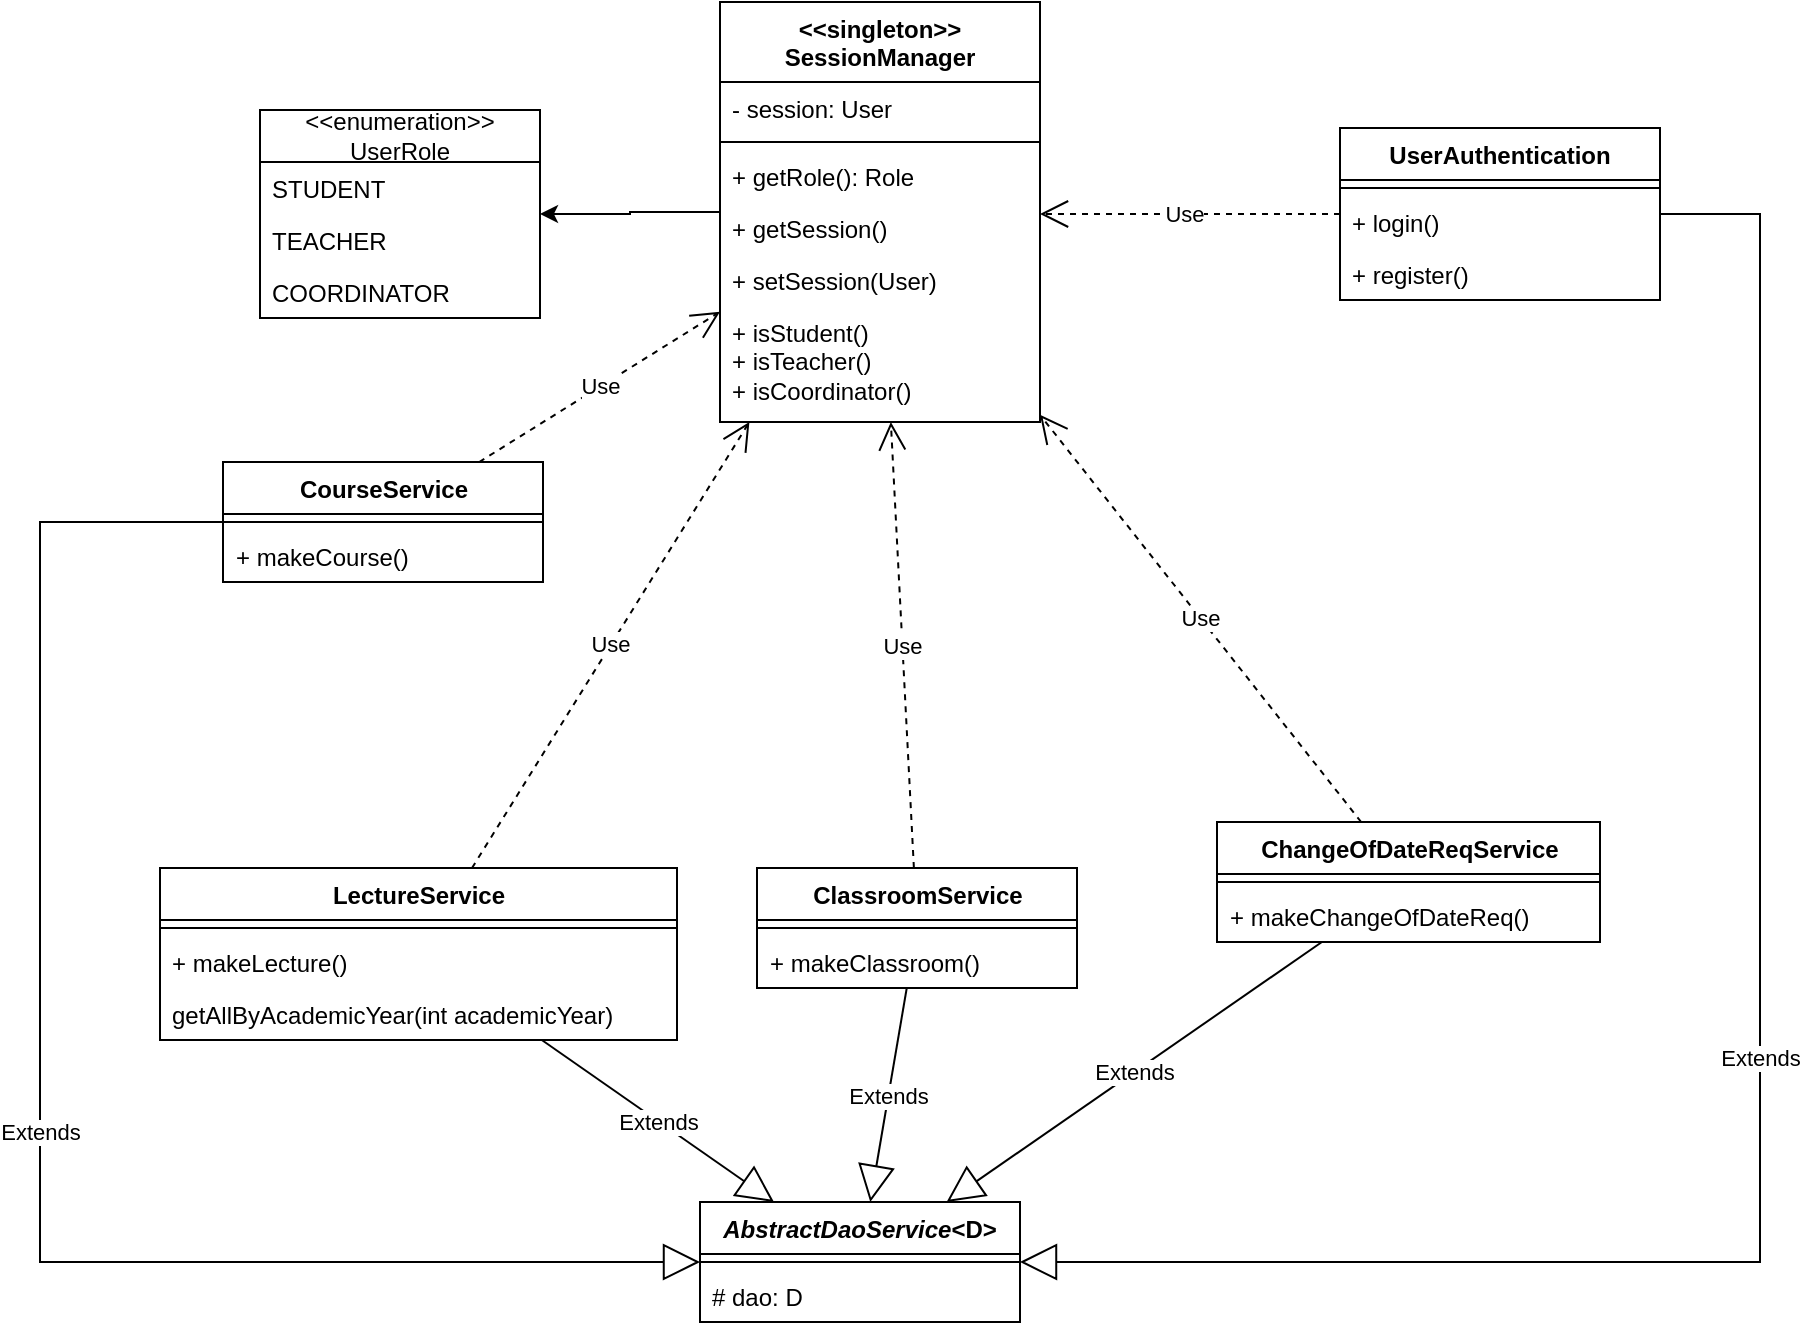
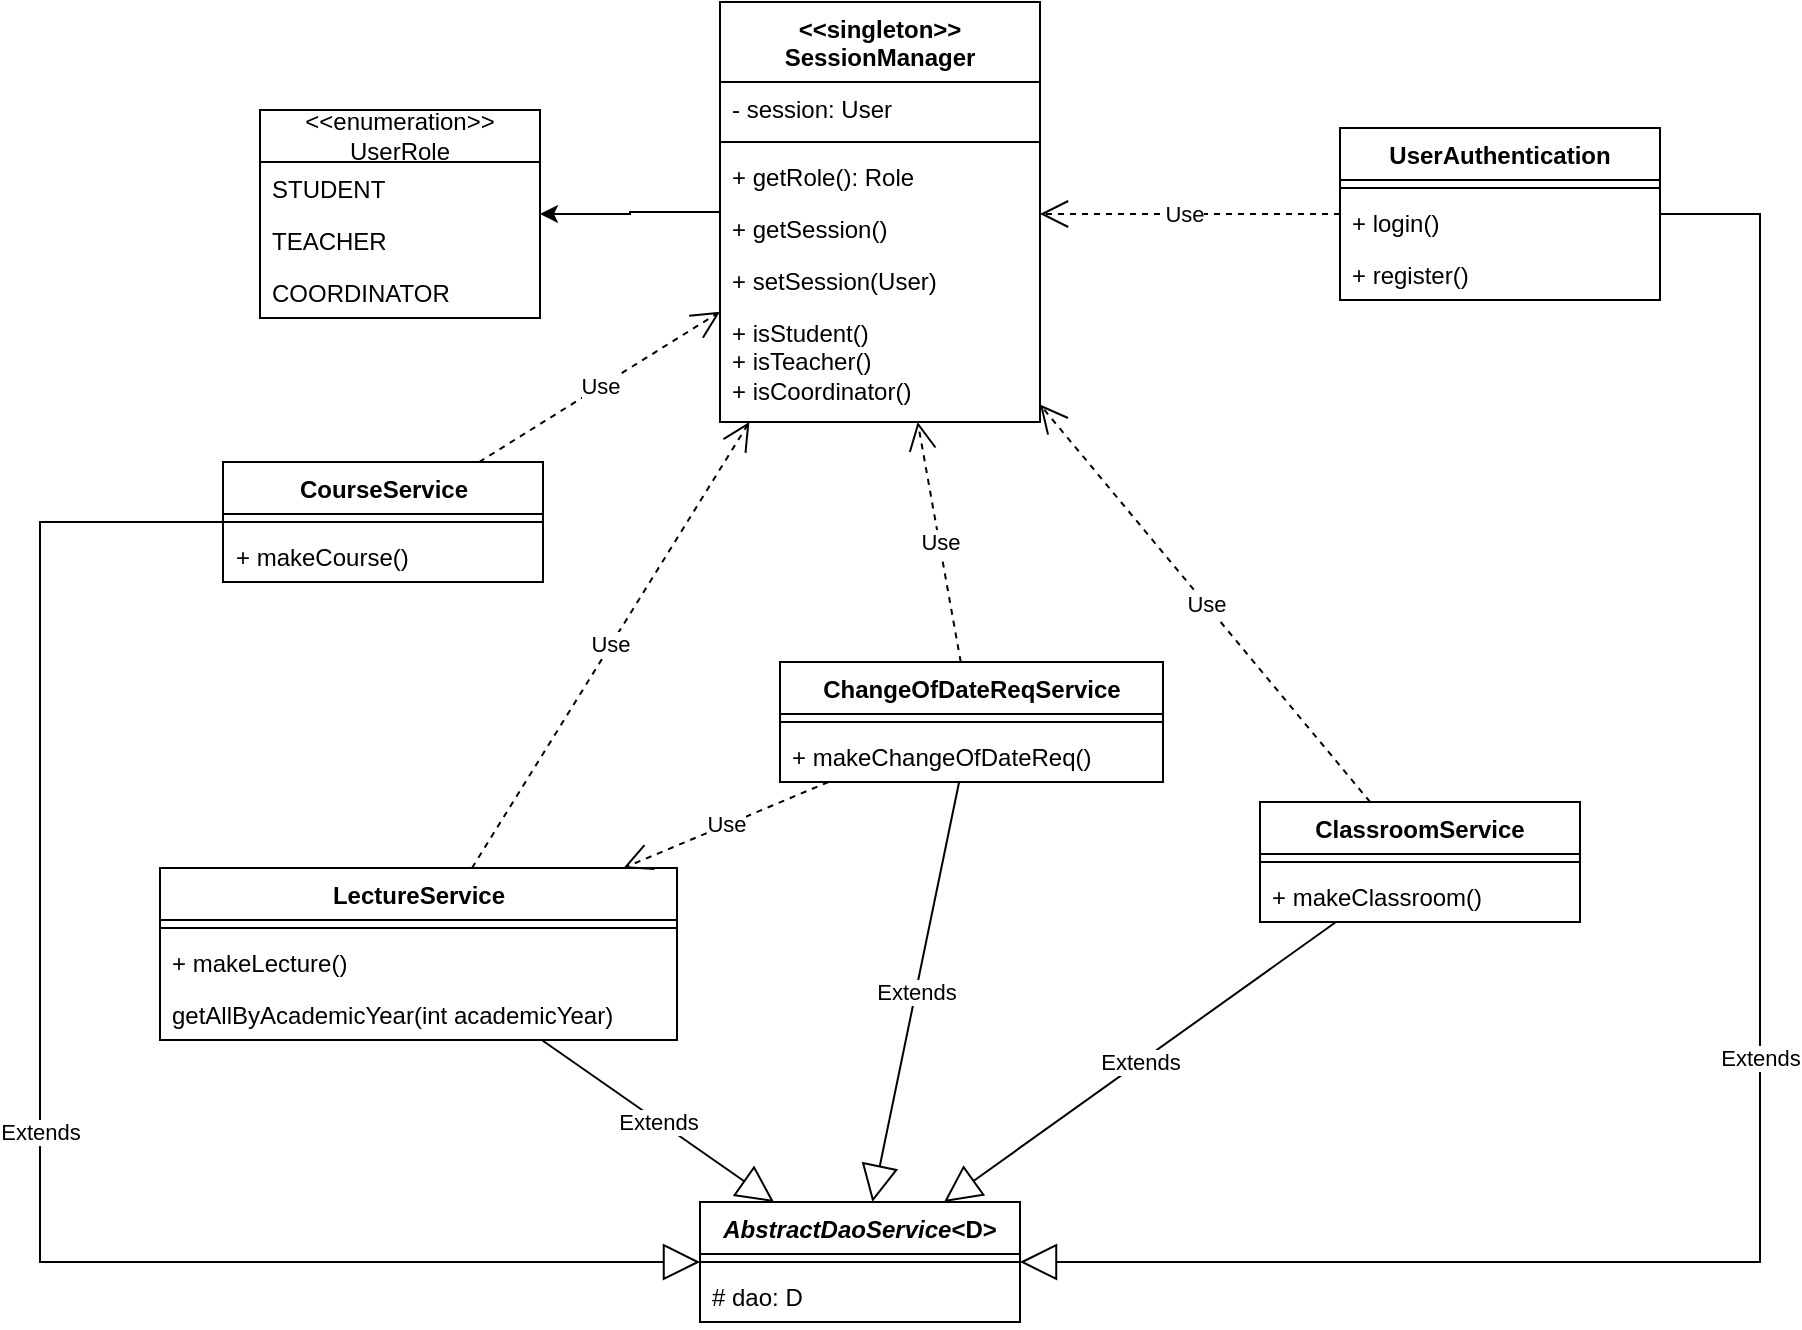
<mxfile host="app.diagrams.net" agent="5.0 (Macintosh; Intel Mac OS X 10_15_7) AppleWebKit/537.36 (KHTML, like Gecko) Chrome/109.0.0.0 Safari/537.36">
  <diagram name="Page-1" id="2YBvvXClWsGukQMizWep">
-     <mxGraphModel dx="2321" dy="1924" grid="1" gridSize="10" guides="1" tooltips="1" connect="1" arrows="1" fold="1" page="1" pageScale="1" pageWidth="850" pageHeight="1100" math="0" shadow="0">
+     <mxGraphModel dx="2264" dy="1892" grid="1" gridSize="10" guides="1" tooltips="1" connect="1" arrows="1" fold="1" page="1" pageScale="1" pageWidth="850" pageHeight="1100" math="0" shadow="0">
      <root>
        <mxCell id="0" />
        <mxCell id="1" parent="0" />
        <mxCell id="c3OOQRYHgm3irvs4XgnJ-5" parent="1" style="swimlane;fontStyle=1;align=center;verticalAlign=top;childLayout=stackLayout;horizontal=1;startSize=26;horizontalStack=0;resizeParent=1;resizeParentMax=0;resizeLast=0;collapsible=1;marginBottom=0;whiteSpace=wrap;html=1;" value="ClassroomService" vertex="1">
-           <mxGeometry height="60" width="160" x="308.5" y="303" as="geometry" />
+           <mxGeometry height="60" width="160" x="560" y="270" as="geometry" />
        </mxCell>
        <mxCell id="c3OOQRYHgm3irvs4XgnJ-7" parent="c3OOQRYHgm3irvs4XgnJ-5" style="line;strokeWidth=1;fillColor=none;align=left;verticalAlign=middle;spacingTop=-1;spacingLeft=3;spacingRight=3;rotatable=0;labelPosition=right;points=[];portConstraint=eastwest;strokeColor=inherit;" value="" vertex="1">
          <mxGeometry height="8" width="160" y="26" as="geometry" />
        </mxCell>
        <mxCell id="c3OOQRYHgm3irvs4XgnJ-8" parent="c3OOQRYHgm3irvs4XgnJ-5" style="text;strokeColor=none;fillColor=none;align=left;verticalAlign=top;spacingLeft=4;spacingRight=4;overflow=hidden;rotatable=0;points=[[0,0.5],[1,0.5]];portConstraint=eastwest;whiteSpace=wrap;html=1;" value="+ makeClassroom()" vertex="1">
          <mxGeometry height="26" width="160" y="34" as="geometry" />
        </mxCell>
        <mxCell id="c3OOQRYHgm3irvs4XgnJ-13" parent="1" style="swimlane;fontStyle=1;align=center;verticalAlign=top;childLayout=stackLayout;horizontal=1;startSize=26;horizontalStack=0;resizeParent=1;resizeParentMax=0;resizeLast=0;collapsible=1;marginBottom=0;whiteSpace=wrap;html=1;" value="LectureService" vertex="1">
          <mxGeometry height="86" width="258.5" x="10" y="303" as="geometry" />
        </mxCell>
        <mxCell id="c3OOQRYHgm3irvs4XgnJ-15" parent="c3OOQRYHgm3irvs4XgnJ-13" style="line;strokeWidth=1;fillColor=none;align=left;verticalAlign=middle;spacingTop=-1;spacingLeft=3;spacingRight=3;rotatable=0;labelPosition=right;points=[];portConstraint=eastwest;strokeColor=inherit;" value="" vertex="1">
          <mxGeometry height="8" width="258.5" y="26" as="geometry" />
        </mxCell>
        <mxCell id="c3OOQRYHgm3irvs4XgnJ-16" parent="c3OOQRYHgm3irvs4XgnJ-13" style="text;strokeColor=none;fillColor=none;align=left;verticalAlign=top;spacingLeft=4;spacingRight=4;overflow=hidden;rotatable=0;points=[[0,0.5],[1,0.5]];portConstraint=eastwest;whiteSpace=wrap;html=1;" value="+ makeLecture()" vertex="1">
          <mxGeometry height="26" width="258.5" y="34" as="geometry" />
        </mxCell>
        <mxCell id="OPMdSsy4m8qeCp2Xcq0j-1" parent="c3OOQRYHgm3irvs4XgnJ-13" style="text;strokeColor=none;fillColor=none;align=left;verticalAlign=top;spacingLeft=4;spacingRight=4;overflow=hidden;rotatable=0;points=[[0,0.5],[1,0.5]];portConstraint=eastwest;whiteSpace=wrap;html=1;" value="getAllByAcademicYear(int academicYear)" vertex="1">
          <mxGeometry height="26" width="258.5" y="60" as="geometry" />
        </mxCell>
        <mxCell id="c3OOQRYHgm3irvs4XgnJ-17" parent="1" style="swimlane;fontStyle=1;align=center;verticalAlign=top;childLayout=stackLayout;horizontal=1;startSize=26;horizontalStack=0;resizeParent=1;resizeParentMax=0;resizeLast=0;collapsible=1;marginBottom=0;whiteSpace=wrap;html=1;" value="CourseService" vertex="1">
          <mxGeometry height="60" width="160" x="41.5" y="100" as="geometry" />
        </mxCell>
        <mxCell id="c3OOQRYHgm3irvs4XgnJ-19" parent="c3OOQRYHgm3irvs4XgnJ-17" style="line;strokeWidth=1;fillColor=none;align=left;verticalAlign=middle;spacingTop=-1;spacingLeft=3;spacingRight=3;rotatable=0;labelPosition=right;points=[];portConstraint=eastwest;strokeColor=inherit;" value="" vertex="1">
          <mxGeometry height="8" width="160" y="26" as="geometry" />
        </mxCell>
        <mxCell id="c3OOQRYHgm3irvs4XgnJ-20" parent="c3OOQRYHgm3irvs4XgnJ-17" style="text;strokeColor=none;fillColor=none;align=left;verticalAlign=top;spacingLeft=4;spacingRight=4;overflow=hidden;rotatable=0;points=[[0,0.5],[1,0.5]];portConstraint=eastwest;whiteSpace=wrap;html=1;" value="+ makeCourse()" vertex="1">
          <mxGeometry height="26" width="160" y="34" as="geometry" />
        </mxCell>
        <mxCell id="c3OOQRYHgm3irvs4XgnJ-31" parent="1" style="swimlane;fontStyle=1;align=center;verticalAlign=top;childLayout=stackLayout;horizontal=1;startSize=26;horizontalStack=0;resizeParent=1;resizeParentMax=0;resizeLast=0;collapsible=1;marginBottom=0;whiteSpace=wrap;html=1;" value="ChangeOfDateReqService" vertex="1">
-           <mxGeometry height="60" width="191.5" x="538.5" y="280" as="geometry" />
+           <mxGeometry height="60" width="191.5" x="320" y="200" as="geometry" />
        </mxCell>
        <mxCell id="c3OOQRYHgm3irvs4XgnJ-33" parent="c3OOQRYHgm3irvs4XgnJ-31" style="line;strokeWidth=1;fillColor=none;align=left;verticalAlign=middle;spacingTop=-1;spacingLeft=3;spacingRight=3;rotatable=0;labelPosition=right;points=[];portConstraint=eastwest;strokeColor=inherit;" value="" vertex="1">
          <mxGeometry height="8" width="191.5" y="26" as="geometry" />
        </mxCell>
        <mxCell id="c3OOQRYHgm3irvs4XgnJ-34" parent="c3OOQRYHgm3irvs4XgnJ-31" style="text;strokeColor=none;fillColor=none;align=left;verticalAlign=top;spacingLeft=4;spacingRight=4;overflow=hidden;rotatable=0;points=[[0,0.5],[1,0.5]];portConstraint=eastwest;whiteSpace=wrap;html=1;" value="+ makeChangeOfDateReq()" vertex="1">
          <mxGeometry height="26" width="191.5" y="34" as="geometry" />
        </mxCell>
        <mxCell id="c3OOQRYHgm3irvs4XgnJ-87" edge="1" parent="1" source="c3OOQRYHgm3irvs4XgnJ-60" style="edgeStyle=orthogonalEdgeStyle;rounded=0;orthogonalLoop=1;jettySize=auto;html=1;" target="c3OOQRYHgm3irvs4XgnJ-83">
          <mxGeometry relative="1" as="geometry" />
        </mxCell>
        <mxCell id="c3OOQRYHgm3irvs4XgnJ-60" parent="1" style="swimlane;fontStyle=1;align=center;verticalAlign=top;childLayout=stackLayout;horizontal=1;startSize=40;horizontalStack=0;resizeParent=1;resizeParentMax=0;resizeLast=0;collapsible=1;marginBottom=0;whiteSpace=wrap;html=1;" value="&lt;div&gt;&amp;lt;&amp;lt;singleton&amp;gt;&amp;gt;&lt;/div&gt;&lt;div&gt;SessionManager&lt;/div&gt;" vertex="1">
          <mxGeometry height="210" width="160" x="290" y="-130" as="geometry" />
        </mxCell>
        <mxCell id="c3OOQRYHgm3irvs4XgnJ-61" parent="c3OOQRYHgm3irvs4XgnJ-60" style="text;strokeColor=none;fillColor=none;align=left;verticalAlign=top;spacingLeft=4;spacingRight=4;overflow=hidden;rotatable=0;points=[[0,0.5],[1,0.5]];portConstraint=eastwest;whiteSpace=wrap;html=1;" value="- session: User" vertex="1">
          <mxGeometry height="26" width="160" y="40" as="geometry" />
        </mxCell>
        <mxCell id="c3OOQRYHgm3irvs4XgnJ-62" parent="c3OOQRYHgm3irvs4XgnJ-60" style="line;strokeWidth=1;fillColor=none;align=left;verticalAlign=middle;spacingTop=-1;spacingLeft=3;spacingRight=3;rotatable=0;labelPosition=right;points=[];portConstraint=eastwest;strokeColor=inherit;" value="" vertex="1">
          <mxGeometry height="8" width="160" y="66" as="geometry" />
        </mxCell>
        <mxCell id="c3OOQRYHgm3irvs4XgnJ-82" parent="c3OOQRYHgm3irvs4XgnJ-60" style="text;strokeColor=none;fillColor=none;align=left;verticalAlign=top;spacingLeft=4;spacingRight=4;overflow=hidden;rotatable=0;points=[[0,0.5],[1,0.5]];portConstraint=eastwest;whiteSpace=wrap;html=1;" value="+ getRole(): Role" vertex="1">
          <mxGeometry height="26" width="160" y="74" as="geometry" />
        </mxCell>
        <mxCell id="c3OOQRYHgm3irvs4XgnJ-63" parent="c3OOQRYHgm3irvs4XgnJ-60" style="text;strokeColor=none;fillColor=none;align=left;verticalAlign=top;spacingLeft=4;spacingRight=4;overflow=hidden;rotatable=0;points=[[0,0.5],[1,0.5]];portConstraint=eastwest;whiteSpace=wrap;html=1;" value="+ getSession()" vertex="1">
          <mxGeometry height="26" width="160" y="100" as="geometry" />
        </mxCell>
        <mxCell id="c3OOQRYHgm3irvs4XgnJ-78" parent="c3OOQRYHgm3irvs4XgnJ-60" style="text;strokeColor=none;fillColor=none;align=left;verticalAlign=top;spacingLeft=4;spacingRight=4;overflow=hidden;rotatable=0;points=[[0,0.5],[1,0.5]];portConstraint=eastwest;whiteSpace=wrap;html=1;" value="+ setSession(User)" vertex="1">
          <mxGeometry height="26" width="160" y="126" as="geometry" />
        </mxCell>
        <mxCell id="3TMem2JVMShr2a-YbWjl-6" parent="c3OOQRYHgm3irvs4XgnJ-60" style="text;strokeColor=none;fillColor=none;align=left;verticalAlign=top;spacingLeft=4;spacingRight=4;overflow=hidden;rotatable=0;points=[[0,0.5],[1,0.5]];portConstraint=eastwest;whiteSpace=wrap;html=1;" value="&lt;div&gt;+ isStudent()&lt;/div&gt;&lt;div&gt;+ isTeacher()&lt;/div&gt;&lt;div&gt;+ isCoordinator()&lt;/div&gt;" vertex="1">
          <mxGeometry height="58" width="160" y="152" as="geometry" />
        </mxCell>
        <mxCell id="c3OOQRYHgm3irvs4XgnJ-71" parent="1" style="swimlane;fontStyle=1;align=center;verticalAlign=top;childLayout=stackLayout;horizontal=1;startSize=26;horizontalStack=0;resizeParent=1;resizeParentMax=0;resizeLast=0;collapsible=1;marginBottom=0;whiteSpace=wrap;html=1;" value="UserAuthentication" vertex="1">
          <mxGeometry height="86" width="160" x="600" y="-67" as="geometry" />
        </mxCell>
        <mxCell id="c3OOQRYHgm3irvs4XgnJ-73" parent="c3OOQRYHgm3irvs4XgnJ-71" style="line;strokeWidth=1;fillColor=none;align=left;verticalAlign=middle;spacingTop=-1;spacingLeft=3;spacingRight=3;rotatable=0;labelPosition=right;points=[];portConstraint=eastwest;strokeColor=inherit;" value="" vertex="1">
          <mxGeometry height="8" width="160" y="26" as="geometry" />
        </mxCell>
        <mxCell id="c3OOQRYHgm3irvs4XgnJ-91" parent="c3OOQRYHgm3irvs4XgnJ-71" style="text;strokeColor=none;fillColor=none;align=left;verticalAlign=top;spacingLeft=4;spacingRight=4;overflow=hidden;rotatable=0;points=[[0,0.5],[1,0.5]];portConstraint=eastwest;whiteSpace=wrap;html=1;" value="+ login()" vertex="1">
          <mxGeometry height="26" width="160" y="34" as="geometry" />
        </mxCell>
        <mxCell id="c3OOQRYHgm3irvs4XgnJ-74" parent="c3OOQRYHgm3irvs4XgnJ-71" style="text;strokeColor=none;fillColor=none;align=left;verticalAlign=top;spacingLeft=4;spacingRight=4;overflow=hidden;rotatable=0;points=[[0,0.5],[1,0.5]];portConstraint=eastwest;whiteSpace=wrap;html=1;" value="+ register()" vertex="1">
          <mxGeometry height="26" width="160" y="60" as="geometry" />
        </mxCell>
        <mxCell id="c3OOQRYHgm3irvs4XgnJ-79" edge="1" parent="1" source="c3OOQRYHgm3irvs4XgnJ-71" style="endArrow=open;endSize=12;dashed=1;html=1;rounded=0;edgeStyle=orthogonalEdgeStyle;" target="c3OOQRYHgm3irvs4XgnJ-60" value="Use">
          <mxGeometry relative="1" width="160" x="0.0419" as="geometry">
            <mxPoint as="offset" />
            <Array as="points">
              <mxPoint x="640" y="-24" />
            </Array>
            <mxPoint x="470" y="170" as="sourcePoint" />
            <mxPoint x="630" y="170" as="targetPoint" />
          </mxGeometry>
        </mxCell>
        <mxCell id="c3OOQRYHgm3irvs4XgnJ-83" parent="1" style="swimlane;fontStyle=0;childLayout=stackLayout;horizontal=1;startSize=26;fillColor=none;horizontalStack=0;resizeParent=1;resizeParentMax=0;resizeLast=0;collapsible=1;marginBottom=0;whiteSpace=wrap;html=1;" value="&lt;div&gt;&amp;lt;&amp;lt;enumeration&amp;gt;&amp;gt;&lt;/div&gt;&lt;div&gt;UserRole&lt;/div&gt;" vertex="1">
          <mxGeometry height="104" width="140" x="60" y="-76" as="geometry" />
        </mxCell>
        <mxCell id="c3OOQRYHgm3irvs4XgnJ-84" parent="c3OOQRYHgm3irvs4XgnJ-83" style="text;strokeColor=none;fillColor=none;align=left;verticalAlign=top;spacingLeft=4;spacingRight=4;overflow=hidden;rotatable=0;points=[[0,0.5],[1,0.5]];portConstraint=eastwest;whiteSpace=wrap;html=1;" value="STUDENT" vertex="1">
          <mxGeometry height="26" width="140" y="26" as="geometry" />
        </mxCell>
        <mxCell id="c3OOQRYHgm3irvs4XgnJ-85" parent="c3OOQRYHgm3irvs4XgnJ-83" style="text;strokeColor=none;fillColor=none;align=left;verticalAlign=top;spacingLeft=4;spacingRight=4;overflow=hidden;rotatable=0;points=[[0,0.5],[1,0.5]];portConstraint=eastwest;whiteSpace=wrap;html=1;" value="TEACHER" vertex="1">
          <mxGeometry height="26" width="140" y="52" as="geometry" />
        </mxCell>
        <mxCell id="c3OOQRYHgm3irvs4XgnJ-86" parent="c3OOQRYHgm3irvs4XgnJ-83" style="text;strokeColor=none;fillColor=none;align=left;verticalAlign=top;spacingLeft=4;spacingRight=4;overflow=hidden;rotatable=0;points=[[0,0.5],[1,0.5]];portConstraint=eastwest;whiteSpace=wrap;html=1;" value="COORDINATOR" vertex="1">
          <mxGeometry height="26" width="140" y="78" as="geometry" />
        </mxCell>
        <mxCell id="3TMem2JVMShr2a-YbWjl-2" edge="1" parent="1" source="c3OOQRYHgm3irvs4XgnJ-5" style="endArrow=open;endSize=12;dashed=1;html=1;rounded=0;" target="c3OOQRYHgm3irvs4XgnJ-60" value="Use">
          <mxGeometry relative="1" width="160" as="geometry">
            <mxPoint x="770" y="250" as="sourcePoint" />
            <mxPoint x="930" y="250" as="targetPoint" />
          </mxGeometry>
        </mxCell>
        <mxCell id="3TMem2JVMShr2a-YbWjl-3" edge="1" parent="1" source="c3OOQRYHgm3irvs4XgnJ-31" style="endArrow=open;endSize=12;dashed=1;html=1;rounded=0;" target="c3OOQRYHgm3irvs4XgnJ-60" value="Use">
          <mxGeometry relative="1" width="160" as="geometry">
            <mxPoint x="623" y="371" as="sourcePoint" />
            <mxPoint x="610" y="120" as="targetPoint" />
          </mxGeometry>
        </mxCell>
        <mxCell id="3TMem2JVMShr2a-YbWjl-4" edge="1" parent="1" source="c3OOQRYHgm3irvs4XgnJ-17" style="endArrow=open;endSize=12;dashed=1;html=1;rounded=0;" target="c3OOQRYHgm3irvs4XgnJ-60" value="Use">
          <mxGeometry relative="1" width="160" as="geometry">
            <mxPoint x="954" y="438" as="sourcePoint" />
            <mxPoint x="790" y="210" as="targetPoint" />
          </mxGeometry>
        </mxCell>
        <mxCell id="3TMem2JVMShr2a-YbWjl-5" edge="1" parent="1" source="c3OOQRYHgm3irvs4XgnJ-13" style="endArrow=open;endSize=12;dashed=1;html=1;rounded=0;" target="c3OOQRYHgm3irvs4XgnJ-60" value="Use">
          <mxGeometry relative="1" width="160" as="geometry">
            <mxPoint x="370" y="198" as="sourcePoint" />
            <mxPoint x="502" y="90" as="targetPoint" />
          </mxGeometry>
        </mxCell>
        <mxCell id="-WEIC0djAgPYQW1XVo1U-1" parent="1" style="swimlane;fontStyle=1;align=center;verticalAlign=top;childLayout=stackLayout;horizontal=1;startSize=26;horizontalStack=0;resizeParent=1;resizeParentMax=0;resizeLast=0;collapsible=1;marginBottom=0;whiteSpace=wrap;html=1;" value="&lt;i&gt;AbstractDaoService&lt;/i&gt;&amp;lt;D&amp;gt;" vertex="1">
          <mxGeometry height="60" width="160" x="280" y="470" as="geometry" />
        </mxCell>
        <mxCell id="-WEIC0djAgPYQW1XVo1U-2" parent="-WEIC0djAgPYQW1XVo1U-1" style="line;strokeWidth=1;fillColor=none;align=left;verticalAlign=middle;spacingTop=-1;spacingLeft=3;spacingRight=3;rotatable=0;labelPosition=right;points=[];portConstraint=eastwest;strokeColor=inherit;" value="" vertex="1">
          <mxGeometry height="8" width="160" y="26" as="geometry" />
        </mxCell>
        <mxCell id="-WEIC0djAgPYQW1XVo1U-3" parent="-WEIC0djAgPYQW1XVo1U-1" style="text;strokeColor=none;fillColor=none;align=left;verticalAlign=top;spacingLeft=4;spacingRight=4;overflow=hidden;rotatable=0;points=[[0,0.5],[1,0.5]];portConstraint=eastwest;whiteSpace=wrap;html=1;" value="# dao: D" vertex="1">
          <mxGeometry height="26" width="160" y="34" as="geometry" />
        </mxCell>
        <mxCell id="-WEIC0djAgPYQW1XVo1U-5" edge="1" parent="1" source="c3OOQRYHgm3irvs4XgnJ-13" style="endArrow=block;endSize=16;endFill=0;html=1;rounded=0;" target="-WEIC0djAgPYQW1XVo1U-1" value="Extends">
          <mxGeometry relative="1" width="160" as="geometry">
            <mxPoint x="340" y="270" as="sourcePoint" />
            <mxPoint x="500" y="270" as="targetPoint" />
          </mxGeometry>
        </mxCell>
        <mxCell id="-WEIC0djAgPYQW1XVo1U-6" edge="1" parent="1" source="c3OOQRYHgm3irvs4XgnJ-71" style="endArrow=block;endSize=16;endFill=0;html=1;rounded=0;edgeStyle=orthogonalEdgeStyle;" target="-WEIC0djAgPYQW1XVo1U-1" value="Extends">
          <mxGeometry relative="1" width="160" as="geometry">
            <Array as="points">
              <mxPoint x="810" y="-24" />
              <mxPoint x="810" y="500" />
            </Array>
            <mxPoint x="580" y="420" as="sourcePoint" />
            <mxPoint x="696" y="501" as="targetPoint" />
          </mxGeometry>
        </mxCell>
        <mxCell id="-WEIC0djAgPYQW1XVo1U-7" edge="1" parent="1" source="c3OOQRYHgm3irvs4XgnJ-31" style="endArrow=block;endSize=16;endFill=0;html=1;rounded=0;" target="-WEIC0djAgPYQW1XVo1U-1" value="Extends">
          <mxGeometry relative="1" width="160" as="geometry">
            <mxPoint x="430" y="450" as="sourcePoint" />
            <mxPoint x="546" y="531" as="targetPoint" />
          </mxGeometry>
        </mxCell>
        <mxCell id="-WEIC0djAgPYQW1XVo1U-8" edge="1" parent="1" source="c3OOQRYHgm3irvs4XgnJ-5" style="endArrow=block;endSize=16;endFill=0;html=1;rounded=0;" target="-WEIC0djAgPYQW1XVo1U-1" value="Extends">
          <mxGeometry relative="1" width="160" as="geometry">
            <mxPoint x="320" y="440" as="sourcePoint" />
            <mxPoint x="436" y="521" as="targetPoint" />
          </mxGeometry>
        </mxCell>
        <mxCell id="-WEIC0djAgPYQW1XVo1U-9" edge="1" parent="1" source="c3OOQRYHgm3irvs4XgnJ-17" style="endArrow=block;endSize=16;endFill=0;html=1;rounded=0;edgeStyle=orthogonalEdgeStyle;" target="-WEIC0djAgPYQW1XVo1U-1" value="Extends">
          <mxGeometry relative="1" width="160" as="geometry">
            <Array as="points">
              <mxPoint x="-50" y="130" />
              <mxPoint x="-50" y="500" />
            </Array>
            <mxPoint x="990" y="470" as="sourcePoint" />
            <mxPoint x="670" y="994" as="targetPoint" />
          </mxGeometry>
        </mxCell>
+         <mxCell id="DnGx7z2X9NIUhsvs-OTK-1" edge="1" parent="1" source="c3OOQRYHgm3irvs4XgnJ-31" style="endArrow=open;endSize=12;dashed=1;html=1;rounded=0;" target="c3OOQRYHgm3irvs4XgnJ-13" value="Use">
+           <mxGeometry relative="1" width="160" as="geometry">
+             <mxPoint x="421" y="280" as="sourcePoint" />
+             <mxPoint x="400" y="160" as="targetPoint" />
+           </mxGeometry>
+         </mxCell>
      </root>
    </mxGraphModel>
  </diagram>
</mxfile>
